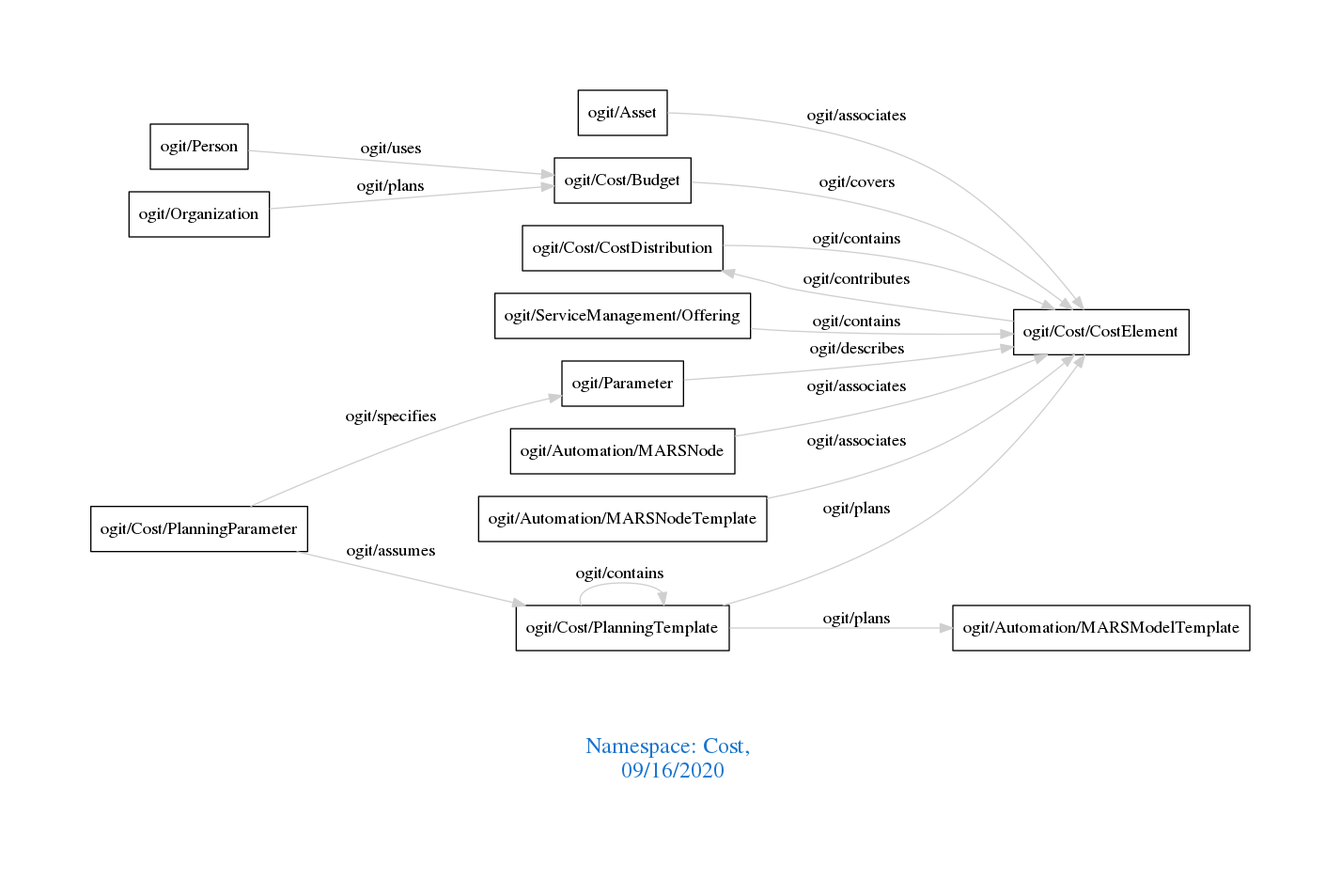
Before: downloads/Cost.png, a diagram exported from Graphviz (arago/OGIT). Its source is kept beside it as downloads/Cost.dot.
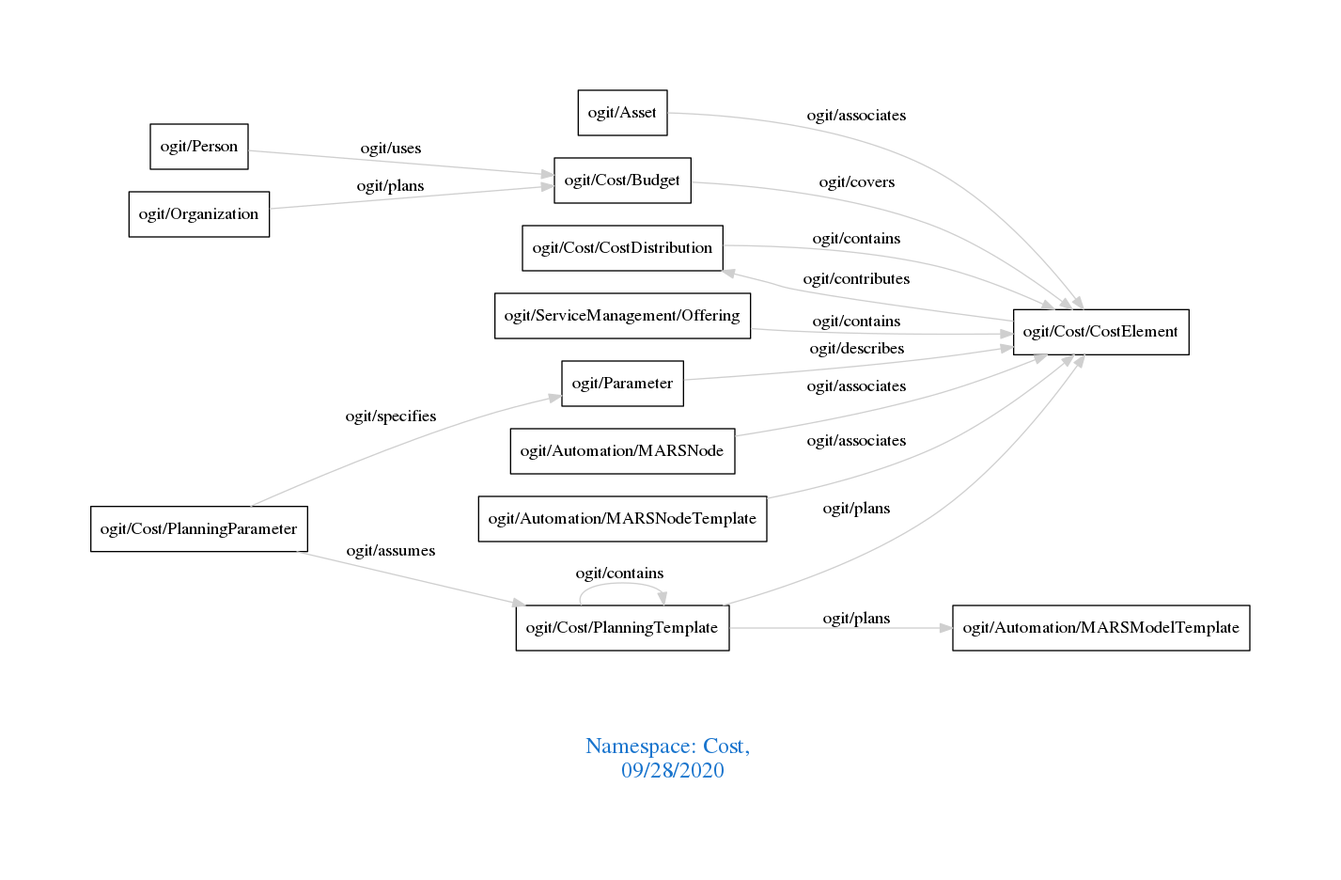
After the commit.

Change to the diagram source:
```diff
@@ -1,7 +1,7 @@
 digraph OGIT_ontology {
  graph [ rankdir= LR,pad=1
 fontsize = 18,
-fontcolor= dodgerblue3,label = "\n\n\nNamespace: Cost, \n 09/16/2020"];
+fontcolor= dodgerblue3,label = "\n\n\nNamespace: Cost, \n 09/28/2020"];
 node[shape=polygon];
 edge [  color="gray81"];
 
```
